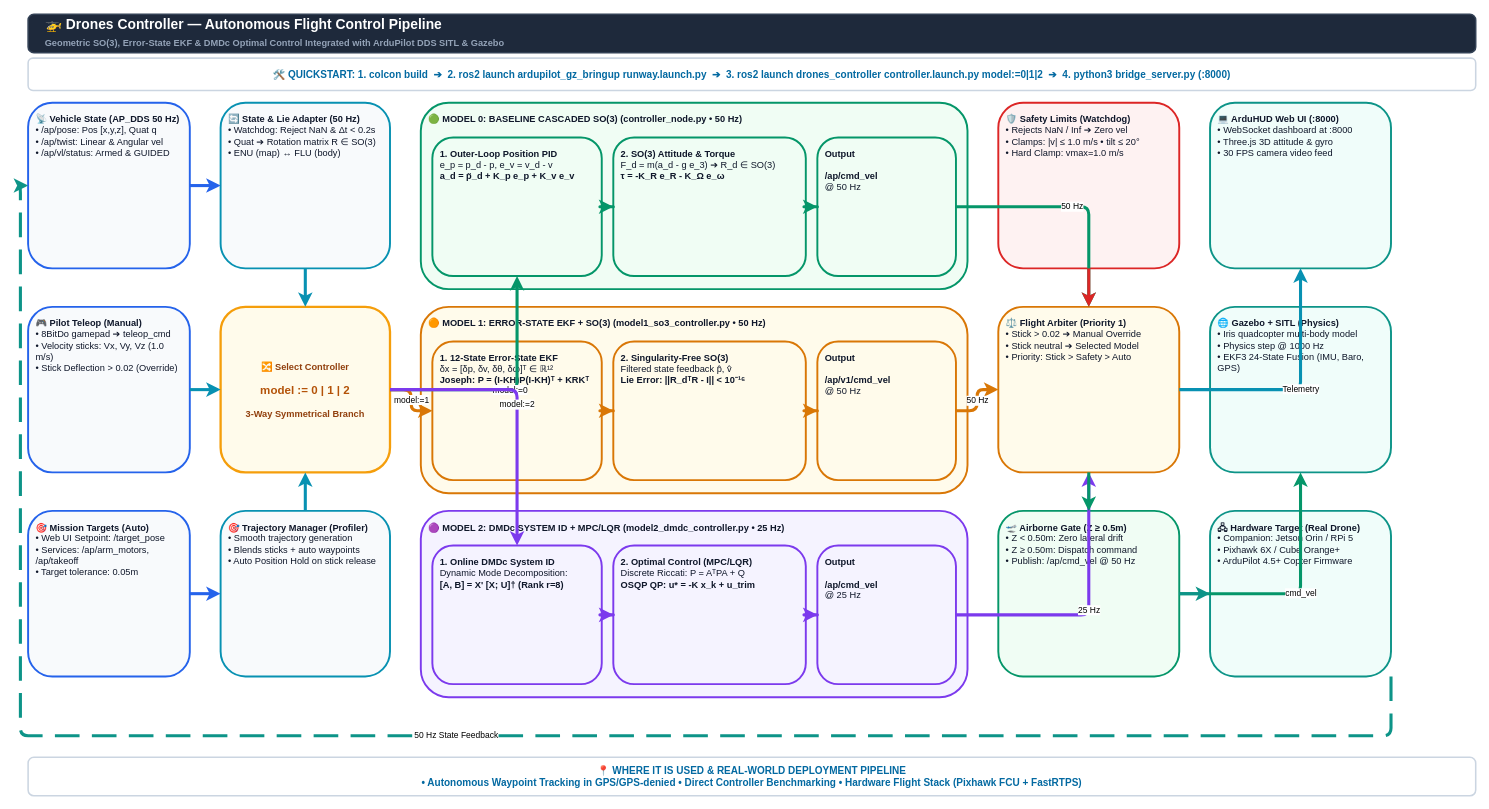
Ravish2807/Drones_S5_CD2_3D_Mapping_using_normal_monocular_camera_controlling_Visual-Inertial-Odometry-VIO keeps this draw.io diagram as docs/diagrams/ardu_ws_horizontal_slide.drawio. Above is the earlier version. Source tidied: cells renumbered, new cells numbered last; positions are measured from the earlier drawing's top-left corner, leaving out a move shared by most shapes. Both pictures are drawn from the tidied source at 77%, with x=0, y=0 at pixel (20, 14).
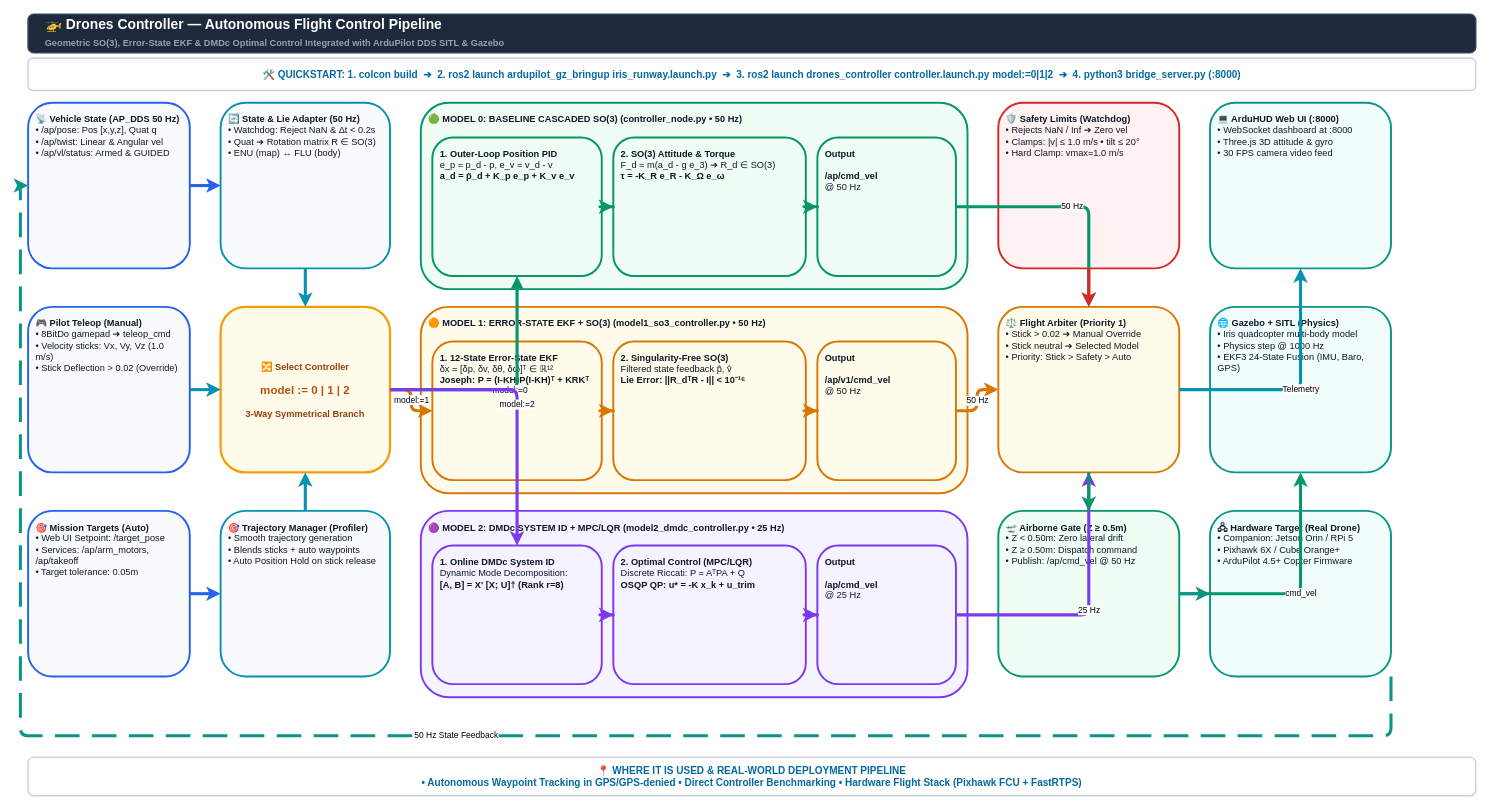
The same page after the edit.

Commit message (it also covers changes not shown here):
Fix pytest discovery in setup.py and update launch command in diagrams

The edit, as a diff of the source:
```diff
@@
-    <mxCell id="3" value="&lt;b&gt;🛠️ QUICKSTART:&lt;/b&gt; 1. colcon build &amp;nbsp;➔&amp;nbsp; 2. ros2 launch ardupilot_gz_bringup runway.launch.py &amp;nbsp;➔&amp;nbsp; 3. ros2 launch drones_controller controller.launch.py model:=0|1|2 &amp;nbsp;➔&amp;nbsp; 4. python3 bridge_server.py (:8000)" style="rounded=1;whiteSpace=wrap;html=1;fillColor=#FFFFFF;strokeColor=#CBD5E1;strokeWidth=2;fontColor=#0369A1;fontStyle=1;fontSize=13;align=center;" parent="1" vertex="1">
+    <mxCell id="3" value="&lt;b&gt;🛠️ QUICKSTART:&lt;/b&gt; 1. colcon build &amp;nbsp;➔&amp;nbsp; 2. ros2 launch ardupilot_gz_bringup iris_runway.launch.py &amp;nbsp;➔&amp;nbsp; 3. ros2 launch drones_controller controller.launch.py model:=0|1|2 &amp;nbsp;➔&amp;nbsp; 4. python3 bridge_server.py (:8000)" style="rounded=1;whiteSpace=wrap;html=1;fillColor=#FFFFFF;strokeColor=#CBD5E1;strokeWidth=2;fontColor=#0369A1;fontStyle=1;fontSize=13;align=center;" parent="1" vertex="1">
       <mxGeometry x="10" y="57" width="1880" height="42" as="geometry" />
     </mxCell>
```
